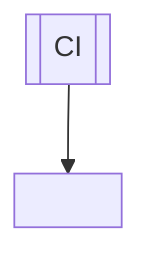
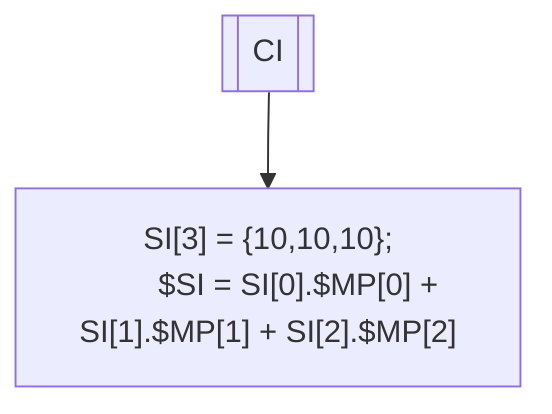
flowchart TD
    a1[[CI]] --> a2
    a2["
+         SI[3] = {10,10,10};
+         $SI = SI[0].$MP[0] + SI[1].$MP[1] + SI[2].$MP[2]

    "]

    %% TODO: definir config inicial por defecto para cada maquina.
    %% Ejemplo: CxM[etapa][maquina].lote.conf = CONF_DEFAULT.
